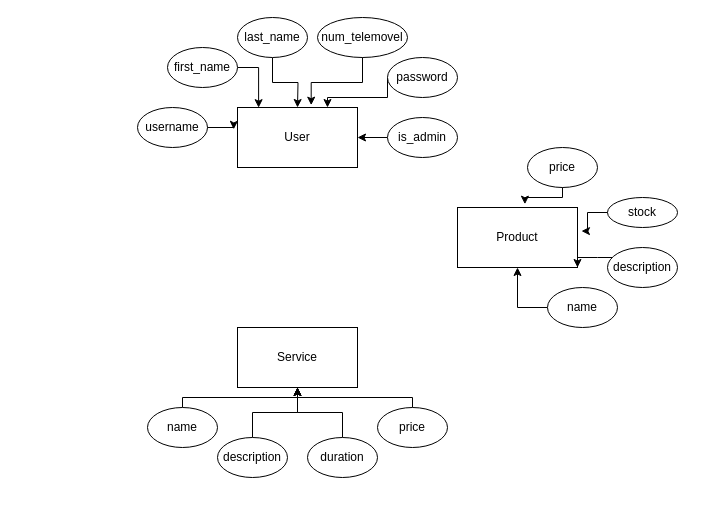
This is diagrama.drawio from sixpackacademy/plan, a draw.io file, before an edit. Source tidied: cells renumbered, new cells numbered last; positions are measured from the earlier drawing's top-left corner, leaving out a move shared by most shapes. Both pictures are drawn from the tidied source at 100%, with x=0, y=0 at pixel (137, 17).
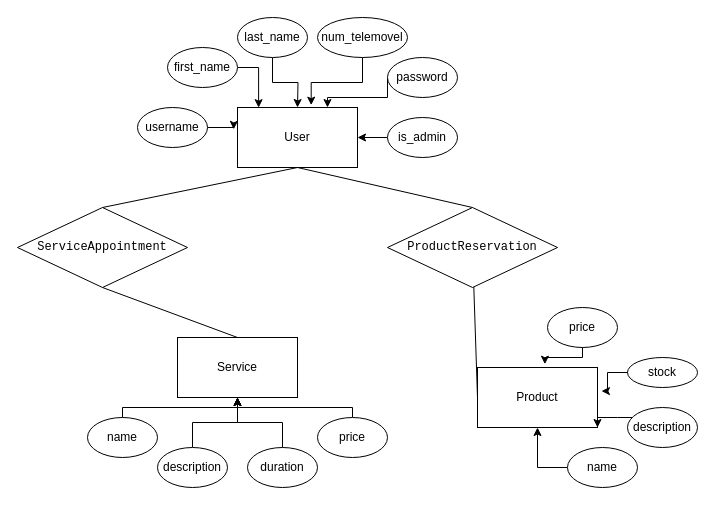
The same page after the edit.

Commit message:
diagrama relacoes

The change refers to these unchanged cells:
```xml
<mxCell id="2" value="User" style="rounded=0;whiteSpace=wrap;html=1;" parent="1" vertex="1">
  <mxGeometry x="100" y="90" width="120" height="60" as="geometry" />
</mxCell>
<mxCell id="9" value="last_name" style="ellipse;whiteSpace=wrap;html=1;" parent="1" vertex="1">
  <mxGeometry x="100" width="70" height="40" as="geometry" />
</mxCell>
```

What changed in the source:
```diff
@@
     <mxCell id="3" value="Service" style="rounded=0;whiteSpace=wrap;html=1;" parent="1" vertex="1">
-      <mxGeometry x="100" y="310" width="120" height="60" as="geometry" />
+      <mxGeometry x="40" y="320" width="120" height="60" as="geometry" />
     </mxCell>
     <mxCell id="4" value="Product" style="rounded=0;whiteSpace=wrap;html=1;" parent="1" vertex="1">
-      <mxGeometry x="320" y="190" width="120" height="60" as="geometry" />
+      <mxGeometry x="340" y="350" width="120" height="60" as="geometry" />
     </mxCell>
@@
-    <mxCell id="8" style="edgeStyle=orthogonalEdgeStyle;rounded=0;jettySize=auto;html=1;" parent="1" edge="1" source="9">
-      <mxGeometry relative="1" as="geometry">
-        <mxPoint x="160" y="90" as="targetPoint" />
-      </mxGeometry>
-    </mxCell>
+    <mxCell id="33" style="edgeStyle=orthogonalEdgeStyle;rounded=0;jettySize=auto;html=1;" parent="1" edge="1" source="9">
+      <mxGeometry relative="1" as="geometry">
+        <mxPoint x="160" y="90" as="targetPoint" />
+      </mxGeometry>
+    </mxCell>
@@
-    <mxCell id="17" style="edgeStyle=orthogonalEdgeStyle;rounded=0;jettySize=auto;html=1;entryX=0.5;entryY=1;entryDx=0;entryDy=0;" parent="1" edge="1" source="18" target="3">
-      <mxGeometry relative="1" as="geometry">
-        <Array as="points">
-          <mxPoint x="160" y="380" />
-        </Array>
-      </mxGeometry>
-    </mxCell>
-    <mxCell id="18" value="name" style="ellipse;whiteSpace=wrap;html=1;" parent="1" vertex="1">
-      <mxGeometry x="10" y="390" width="70" height="40" as="geometry" />
-    </mxCell>
-    <mxCell id="19" style="edgeStyle=orthogonalEdgeStyle;rounded=0;jettySize=auto;html=1;entryX=0.5;entryY=1;entryDx=0;entryDy=0;" parent="1" edge="1" source="20" target="3">
-      <mxGeometry relative="1" as="geometry" />
-    </mxCell>
-    <mxCell id="20" value="description" style="ellipse;whiteSpace=wrap;html=1;" parent="1" vertex="1">
-      <mxGeometry x="80" y="420" width="70" height="40" as="geometry" />
-    </mxCell>
+    <mxCell id="34" style="edgeStyle=orthogonalEdgeStyle;rounded=0;jettySize=auto;html=1;entryX=0.5;entryY=1;entryDx=0;entryDy=0;" parent="1" edge="1" source="35" target="3">
+      <mxGeometry relative="1" as="geometry">
+        <Array as="points">
+          <mxPoint x="100" y="390" />
+        </Array>
+      </mxGeometry>
+    </mxCell>
+    <mxCell id="35" value="name" style="ellipse;whiteSpace=wrap;html=1;" parent="1" vertex="1">
+      <mxGeometry x="-50" y="400" width="70" height="40" as="geometry" />
+    </mxCell>
+    <mxCell id="36" style="edgeStyle=orthogonalEdgeStyle;rounded=0;jettySize=auto;html=1;entryX=0.5;entryY=1;entryDx=0;entryDy=0;" parent="1" edge="1" source="37" target="3">
+      <mxGeometry relative="1" as="geometry" />
+    </mxCell>
+    <mxCell id="37" value="description" style="ellipse;whiteSpace=wrap;html=1;" parent="1" vertex="1">
+      <mxGeometry x="20" y="430" width="70" height="40" as="geometry" />
+    </mxCell>
@@
     <mxCell id="22" value="duration" style="ellipse;whiteSpace=wrap;html=1;" parent="1" vertex="1">
-      <mxGeometry x="170" y="420" width="70" height="40" as="geometry" />
+      <mxGeometry x="110" y="430" width="70" height="40" as="geometry" />
     </mxCell>
-    <mxCell id="23" value="price&lt;br&gt;" style="ellipse;whiteSpace=wrap;html=1;" parent="1" vertex="1">
-      <mxGeometry x="390" y="130" width="70" height="40" as="geometry" />
-    </mxCell>
-    <mxCell id="24" style="edgeStyle=orthogonalEdgeStyle;rounded=0;jettySize=auto;html=1;exitX=0;exitY=0.5;exitDx=0;exitDy=0;entryX=0.5;entryY=1;entryDx=0;entryDy=0;" parent="1" edge="1" source="25" target="4">
-      <mxGeometry relative="1" as="geometry" />
-    </mxCell>
-    <mxCell id="25" value="name" style="ellipse;whiteSpace=wrap;html=1;" parent="1" vertex="1">
-      <mxGeometry x="410" y="270" width="70" height="40" as="geometry" />
-    </mxCell>
-    <mxCell id="26" style="edgeStyle=orthogonalEdgeStyle;rounded=0;jettySize=auto;html=1;entryX=1;entryY=1;entryDx=0;entryDy=0;" parent="1" edge="1" source="27" target="4">
-      <mxGeometry relative="1" as="geometry">
-        <Array as="points">
-          <mxPoint x="460" y="240" />
-          <mxPoint x="460" y="240" />
-        </Array>
-      </mxGeometry>
-    </mxCell>
-    <mxCell id="27" value="description" style="ellipse;whiteSpace=wrap;html=1;" parent="1" vertex="1">
-      <mxGeometry x="470" y="230" width="70" height="40" as="geometry" />
-    </mxCell>
+    <mxCell id="38" value="price&lt;br&gt;" style="ellipse;whiteSpace=wrap;html=1;" parent="1" vertex="1">
+      <mxGeometry x="410" y="290" width="70" height="40" as="geometry" />
+    </mxCell>
+    <mxCell id="39" style="edgeStyle=orthogonalEdgeStyle;rounded=0;jettySize=auto;html=1;exitX=0;exitY=0.5;exitDx=0;exitDy=0;entryX=0.5;entryY=1;entryDx=0;entryDy=0;" parent="1" edge="1" source="40" target="4">
+      <mxGeometry relative="1" as="geometry" />
+    </mxCell>
+    <mxCell id="40" value="name" style="ellipse;whiteSpace=wrap;html=1;" parent="1" vertex="1">
+      <mxGeometry x="430" y="430" width="70" height="40" as="geometry" />
+    </mxCell>
+    <mxCell id="41" style="edgeStyle=orthogonalEdgeStyle;rounded=0;jettySize=auto;html=1;entryX=1;entryY=1;entryDx=0;entryDy=0;" parent="1" edge="1" source="42" target="4">
+      <mxGeometry relative="1" as="geometry">
+        <Array as="points">
+          <mxPoint x="480" y="400" />
+          <mxPoint x="480" y="400" />
+        </Array>
+      </mxGeometry>
+    </mxCell>
+    <mxCell id="42" value="description" style="ellipse;whiteSpace=wrap;html=1;" parent="1" vertex="1">
+      <mxGeometry x="490" y="390" width="70" height="40" as="geometry" />
+    </mxCell>
     <mxCell id="28" value="stock" style="ellipse;whiteSpace=wrap;html=1;" parent="1" vertex="1">
-      <mxGeometry x="470" y="180" width="70" height="30" as="geometry" />
+      <mxGeometry x="490" y="340" width="70" height="30" as="geometry" />
     </mxCell>
@@
-    <mxCell id="30" style="edgeStyle=orthogonalEdgeStyle;rounded=0;jettySize=auto;html=1;entryX=0.562;entryY=-0.055;entryDx=0;entryDy=0;entryPerimeter=0;" parent="1" edge="1" source="23" target="4">
-      <mxGeometry relative="1" as="geometry">
-        <Array as="points">
-          <mxPoint x="425" y="180" />
-          <mxPoint x="387" y="180" />
-        </Array>
-      </mxGeometry>
-    </mxCell>
-    <mxCell id="31" style="edgeStyle=orthogonalEdgeStyle;rounded=0;jettySize=auto;html=1;entryX=0.5;entryY=1;entryDx=0;entryDy=0;" parent="1" edge="1" source="32" target="3">
-      <mxGeometry relative="1" as="geometry">
-        <Array as="points">
-          <mxPoint x="160" y="380" />
-        </Array>
-      </mxGeometry>
-    </mxCell>
-    <mxCell id="32" value="price&lt;br&gt;" style="ellipse;whiteSpace=wrap;html=1;" parent="1" vertex="1">
-      <mxGeometry x="240" y="390" width="70" height="40" as="geometry" />
-    </mxCell>
+    <mxCell id="43" style="edgeStyle=orthogonalEdgeStyle;rounded=0;jettySize=auto;html=1;entryX=0.562;entryY=-0.055;entryDx=0;entryDy=0;entryPerimeter=0;" parent="1" edge="1" source="38" target="4">
+      <mxGeometry relative="1" as="geometry">
+        <Array as="points">
+          <mxPoint x="445" y="340" />
+          <mxPoint x="407" y="340" />
+        </Array>
+      </mxGeometry>
+    </mxCell>
+    <mxCell id="44" style="edgeStyle=orthogonalEdgeStyle;rounded=0;jettySize=auto;html=1;entryX=0.5;entryY=1;entryDx=0;entryDy=0;" parent="1" edge="1" source="45" target="3">
+      <mxGeometry relative="1" as="geometry">
+        <Array as="points">
+          <mxPoint x="100" y="390" />
+        </Array>
+      </mxGeometry>
+    </mxCell>
+    <mxCell id="45" value="price&lt;br&gt;" style="ellipse;whiteSpace=wrap;html=1;" parent="1" vertex="1">
+      <mxGeometry x="180" y="400" width="70" height="40" as="geometry" />
+    </mxCell>
+    <mxCell id="46" value="&lt;pre class=&quot;notranslate&quot;&gt;&lt;code&gt;ServiceAppointment&lt;/code&gt;&lt;/pre&gt;" style="rhombus;whiteSpace=wrap;html=1;" parent="1" vertex="1">
+      <mxGeometry x="-120" y="190" width="170" height="80" as="geometry" />
+    </mxCell>
+    <mxCell id="47" style="endArrow=none;html=1;rounded=0;exitX=0.5;exitY=0;exitDx=0;exitDy=0;entryX=0.5;entryY=1;entryDx=0;entryDy=0;" parent="1" edge="1" source="3" target="46">
+      <mxGeometry relative="1" as="geometry" />
+    </mxCell>
+    <mxCell id="48" style="endArrow=none;html=1;rounded=0;entryX=0.5;entryY=1;entryDx=0;entryDy=0;exitX=0.5;exitY=0;exitDx=0;exitDy=0;" parent="1" edge="1" source="46" target="2">
+      <mxGeometry relative="1" as="geometry" />
+    </mxCell>
+    <mxCell id="49" value="&lt;pre class=&quot;notranslate&quot;&gt;&lt;code&gt;ProductReservation&lt;/code&gt;&lt;/pre&gt;" style="rhombus;whiteSpace=wrap;html=1;" parent="1" vertex="1">
+      <mxGeometry x="250" y="190" width="170" height="80" as="geometry" />
+    </mxCell>
+    <mxCell id="50" style="endArrow=none;html=1;rounded=0;entryX=0;entryY=0.5;entryDx=0;entryDy=0;" parent="1" edge="1" source="49" target="4">
+      <mxGeometry relative="1" as="geometry" />
+    </mxCell>
+    <mxCell id="51" style="endArrow=none;html=1;rounded=0;entryX=0.5;entryY=1;entryDx=0;entryDy=0;exitX=0.5;exitY=0;exitDx=0;exitDy=0;" parent="1" edge="1" source="49" target="2">
+      <mxGeometry relative="1" as="geometry" />
+    </mxCell>
```
